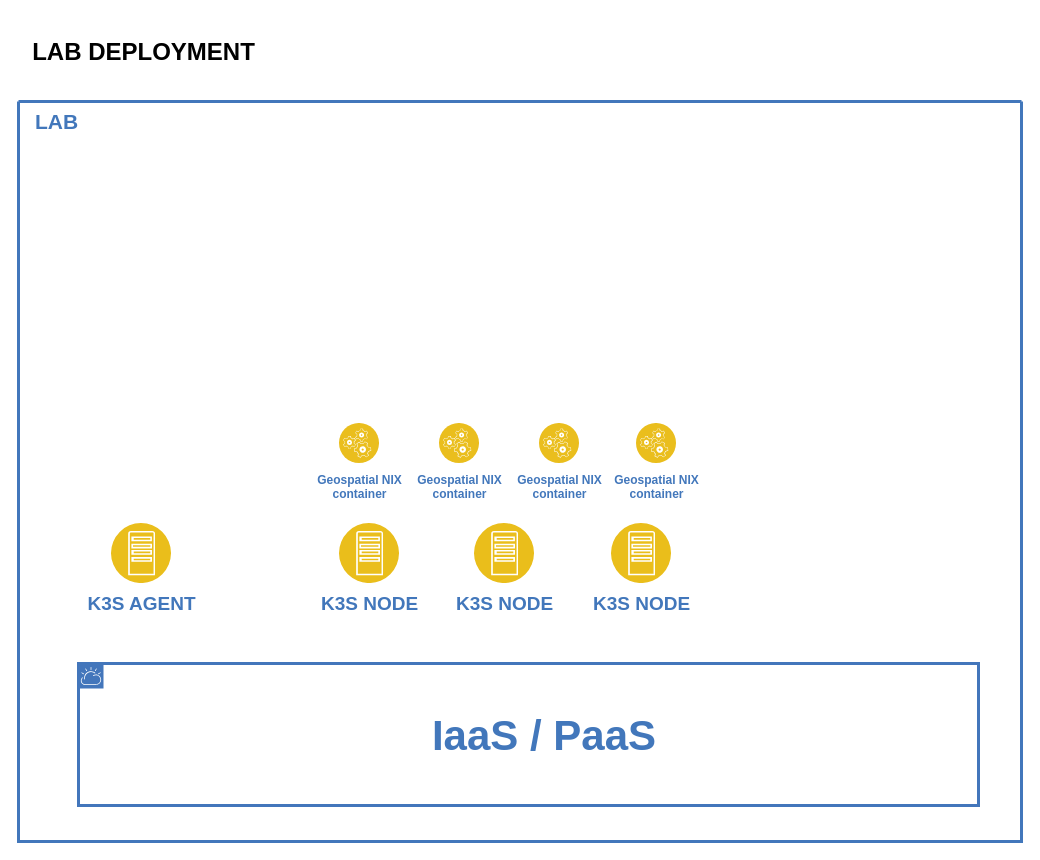
Before: page "lab" (3 of 3) of figures/deployment-all.drawio in imincik/geospatial-nix.platform, a draw.io diagram. Source tidied: cells renumbered, new cells numbered last; positions are measured from the earlier drawing's top-left corner, leaving out a move shared by most shapes. Both pictures are drawn from the tidied source at 100%, with x=0, y=0 at pixel (18, 17).
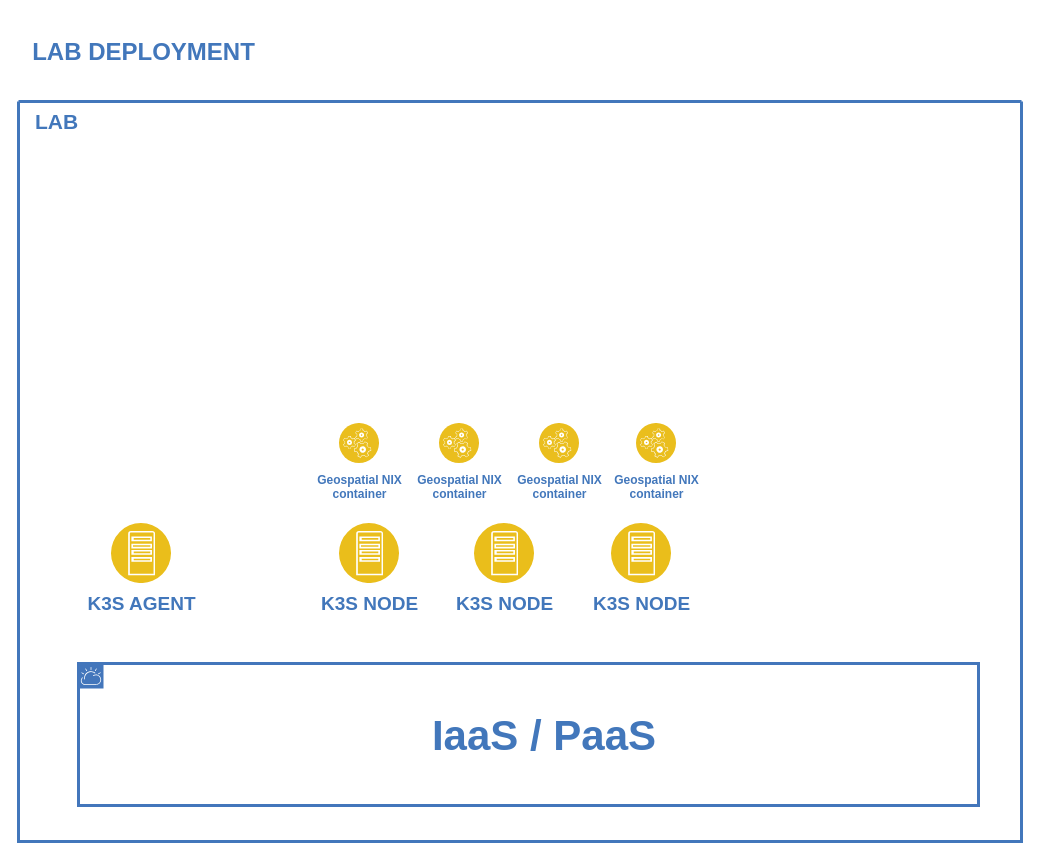
The same diagram, later.

Change to the diagram source:
```diff
@@
 <mxGraphModel>
   <root>
     <mxCell id="0" />
     <mxCell id="1" parent="0" />
     <mxCell id="2" style="swimlane;shadow=0;strokeColor=#4277BB;fillColor=#ffffff;fontColor=none;align=right;startSize=0;noLabel=1;strokeWidth=3;" parent="1" vertex="1">
       <mxGeometry y="84" width="1003" height="740" as="geometry" />
     </mxCell>
     <mxCell id="3" value="&lt;font style=&quot;font-size: 21px;&quot;&gt;LAB&lt;/font&gt;" style="text;html=1;align=left;verticalAlign=middle;fontColor=#4277BB;shadow=0;dashed=0;strokeColor=none;fillColor=none;labelBackgroundColor=none;fontStyle=1;fontSize=16;spacingLeft=5;" parent="2" vertex="1">
       <mxGeometry x="10" y="10" width="170" height="20" as="geometry" />
     </mxCell>
     <mxCell id="4" value="&lt;font style=&quot;font-size: 19px;&quot;&gt;K3S NODE&lt;/font&gt;" style="image;perimeter=ellipsePerimeter;html=1;align=center;shadow=0;dashed=0;fontColor=#4277BB;labelBackgroundColor=default;fontSize=16;spacingTop=3;image=img/lib/ibm/applications/app_server.svg;fontStyle=1;" parent="2" vertex="1">
       <mxGeometry x="321" y="422" width="60" height="60" as="geometry" />
     </mxCell>
     <mxCell id="5" value="Geospatial NIX&lt;div&gt;&lt;div&gt;container&lt;/div&gt;&lt;/div&gt;" style="image;perimeter=ellipsePerimeter;html=1;align=center;shadow=0;dashed=0;fontColor=#4277BB;labelBackgroundColor=default;fontSize=12;spacingTop=3;image=img/lib/ibm/applications/runtime_services.svg;fontStyle=1;" parent="2" vertex="1">
       <mxGeometry x="321" y="322" width="40" height="40" as="geometry" />
     </mxCell>
     <mxCell id="6" value="&lt;div&gt;&lt;div&gt;Geospatial NIX&lt;div&gt;container&lt;/div&gt;&lt;/div&gt;&lt;/div&gt;" style="image;perimeter=ellipsePerimeter;html=1;align=center;shadow=0;dashed=0;fontColor=#4277BB;labelBackgroundColor=default;fontSize=12;spacingTop=3;image=img/lib/ibm/applications/runtime_services.svg;fontStyle=1;" parent="2" vertex="1">
       <mxGeometry x="421" y="322" width="40" height="40" as="geometry" />
     </mxCell>
     <mxCell id="7" value="&lt;div&gt;&lt;div&gt;Geospatial NIX&lt;div&gt;container&lt;/div&gt;&lt;/div&gt;&lt;/div&gt;" style="image;perimeter=ellipsePerimeter;html=1;align=center;shadow=0;dashed=0;fontColor=#4277BB;labelBackgroundColor=default;fontSize=12;spacingTop=3;image=img/lib/ibm/applications/runtime_services.svg;fontStyle=1;" parent="2" vertex="1">
       <mxGeometry x="521" y="322" width="40" height="40" as="geometry" />
     </mxCell>
     <mxCell id="8" value="&lt;font style=&quot;font-size: 19px;&quot;&gt;K3S AGENT&lt;/font&gt;" style="image;perimeter=ellipsePerimeter;html=1;align=center;shadow=0;dashed=0;fontColor=#4277BB;labelBackgroundColor=default;fontSize=16;spacingTop=3;image=img/lib/ibm/applications/app_server.svg;fontStyle=1;" parent="2" vertex="1">
       <mxGeometry x="93" y="422" width="60" height="60" as="geometry" />
     </mxCell>
     <mxCell id="9" value="&lt;font style=&quot;font-size: 19px;&quot;&gt;K3S NODE&lt;/font&gt;" style="image;perimeter=ellipsePerimeter;html=1;align=center;shadow=0;dashed=0;fontColor=#4277BB;labelBackgroundColor=default;fontSize=16;spacingTop=3;image=img/lib/ibm/applications/app_server.svg;fontStyle=1;" parent="2" vertex="1">
       <mxGeometry x="456" y="422" width="60" height="60" as="geometry" />
     </mxCell>
     <mxCell id="10" value="&lt;font style=&quot;font-size: 19px;&quot;&gt;K3S NODE&lt;/font&gt;" style="image;perimeter=ellipsePerimeter;html=1;align=center;shadow=0;dashed=0;fontColor=#4277BB;labelBackgroundColor=default;fontSize=16;spacingTop=3;image=img/lib/ibm/applications/app_server.svg;fontStyle=1;" parent="2" vertex="1">
       <mxGeometry x="593" y="422" width="60" height="60" as="geometry" />
     </mxCell>
     <mxCell id="11" value="&lt;div&gt;&lt;div&gt;Geospatial NIX&lt;div&gt;container&lt;/div&gt;&lt;/div&gt;&lt;/div&gt;" style="image;perimeter=ellipsePerimeter;html=1;align=center;shadow=0;dashed=0;fontColor=#4277BB;labelBackgroundColor=default;fontSize=12;spacingTop=3;image=img/lib/ibm/applications/runtime_services.svg;fontStyle=1;" parent="2" vertex="1">
       <mxGeometry x="618" y="322" width="40" height="40" as="geometry" />
     </mxCell>
     <mxCell id="12" value="&lt;font color=&quot;#4277bb&quot; style=&quot;font-size: 42px;&quot;&gt;&lt;b style=&quot;&quot;&gt;IaaS / PaaS&lt;/b&gt;&lt;/font&gt;" style="shape=mxgraph.ibm.box;prType=cloud;fontStyle=0;verticalAlign=middle;align=center;spacingLeft=32;spacingTop=4;fillColor=none;rounded=0;whiteSpace=wrap;html=1;strokeColor=#4376BB;strokeWidth=3;dashed=0;spacing=-4;" parent="2" vertex="1">
       <mxGeometry x="60" y="562" width="900" height="142" as="geometry" />
     </mxCell>
-    <mxCell id="13" value="&lt;h1&gt;LAB DEPLOYMENT&lt;/h1&gt;" style="text;html=1;align=center;verticalAlign=middle;strokeColor=none;fillColor=none;" parent="1" vertex="1">
+    <mxCell id="13" value="&lt;h1&gt;&lt;font color=&quot;#4277bb&quot;&gt;LAB DEPLOYMENT&lt;/font&gt;&lt;/h1&gt;" style="text;html=1;align=center;verticalAlign=middle;strokeColor=none;fillColor=none;" parent="1" vertex="1">
       <mxGeometry width="250" height="70" as="geometry" />
     </mxCell>
   </root>
 </mxGraphModel>
```
